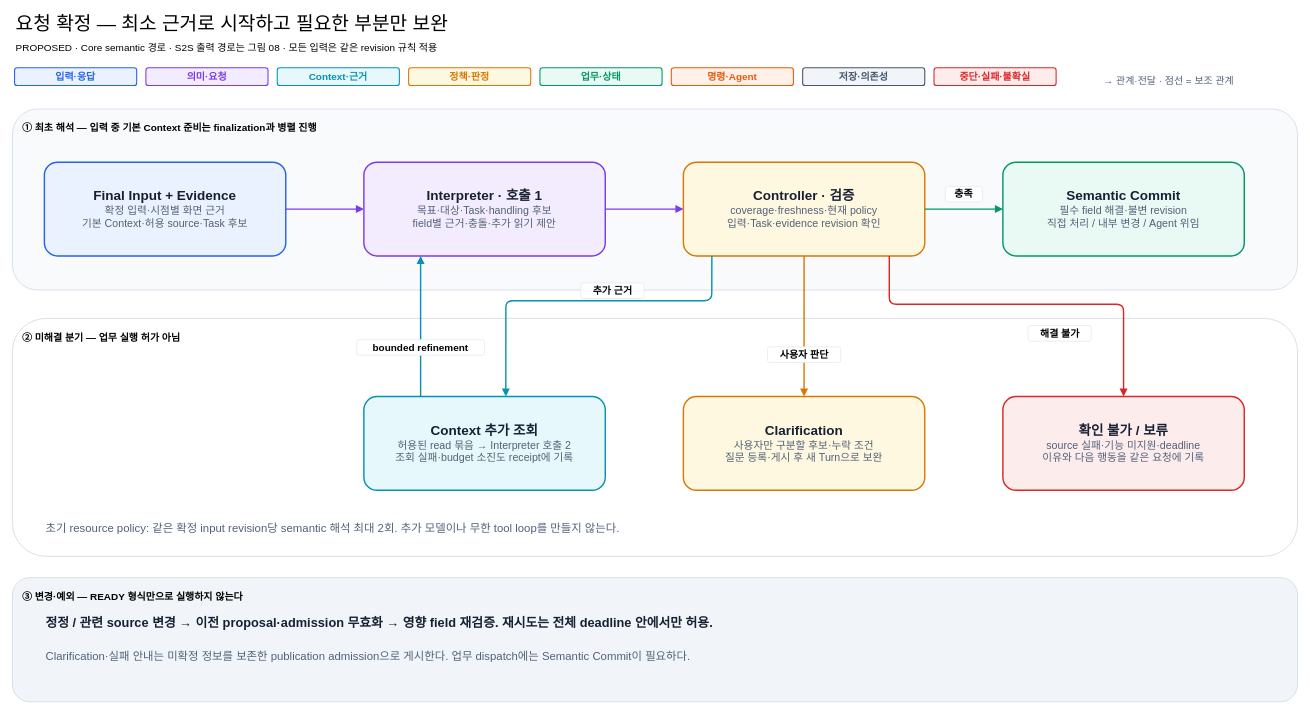
Earlier version of the draw.io diagram docs/architecture/12-decisions/target-architecture/diagrams/03-request-resolution.drawio (cbyche/via-sw-architecture). Source tidied: cells renumbered, new cells numbered last; positions are measured from the earlier drawing's top-left corner, leaving out a move shared by most shapes. Both pictures are drawn from the tidied source at 71%, with x=0, y=0 at pixel (12, 13).
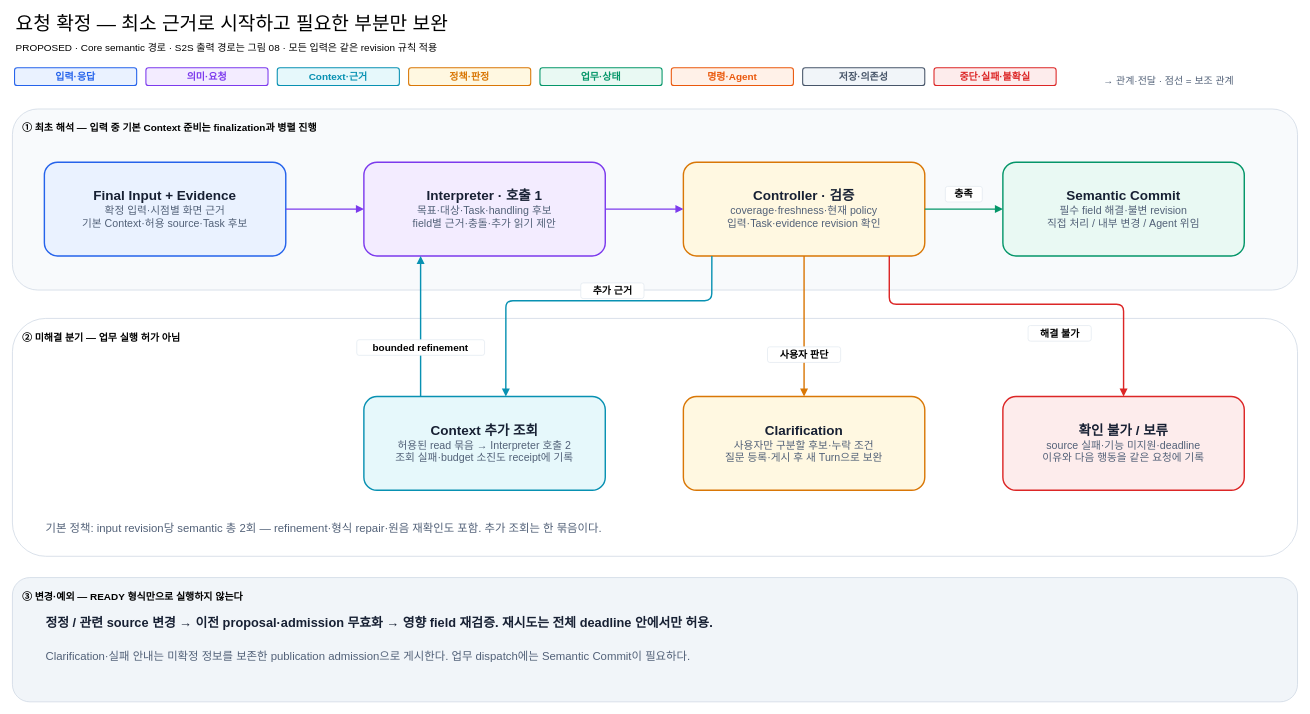
Above is the later version.

Diff of the diagram source:
```diff
@@
-    <mxCell id="25" value="초기 resource policy: 같은 확정 input revision당 semantic 해석 최대 2회. 추가 모델이나 무한 tool loop를 만들지 않는다." style="text;html=1;strokeColor=none;fillColor=none;align=left;fontSize=16;fontColor=#526178;fontStyle=0;" parent="1" vertex="1">
-      <mxGeometry x="45" y="709" width="1075" height="28" as="geometry" />
+    <mxCell id="25" value="기본 정책: input revision당 semantic 총 2회 — refinement·형식 repair·원음 재확인도 포함. 추가 조회는 한 묶음이다." style="text;html=1;strokeColor=none;fillColor=none;align=left;fontSize=16;fontColor=#526178;fontStyle=0;" parent="1" vertex="1">
+      <mxGeometry x="45" y="709" width="1031" height="28" as="geometry" />
     </mxCell>
```
